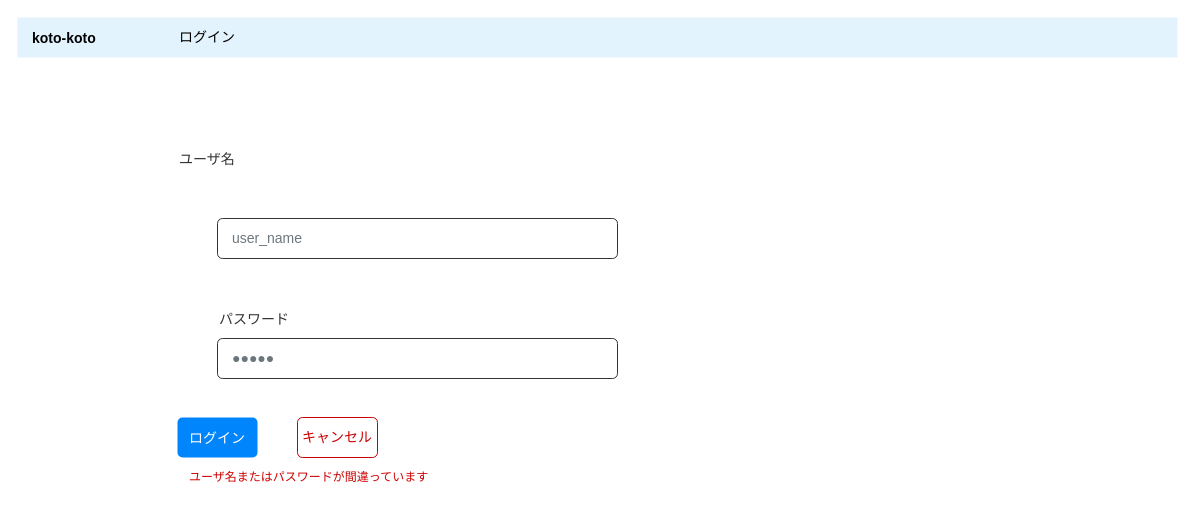
Before: page "ログイン画面" (2 of 5) of 名称未設定ファイル.drawio in omoikanelulu/Three_good_things, a draw.io diagram. Source tidied: cells renumbered, new cells numbered last; positions are measured from the earlier drawing's top-left corner, leaving out a move shared by most shapes. Both pictures are drawn from the tidied source at 100%, with x=0, y=0 at pixel (17, 17).
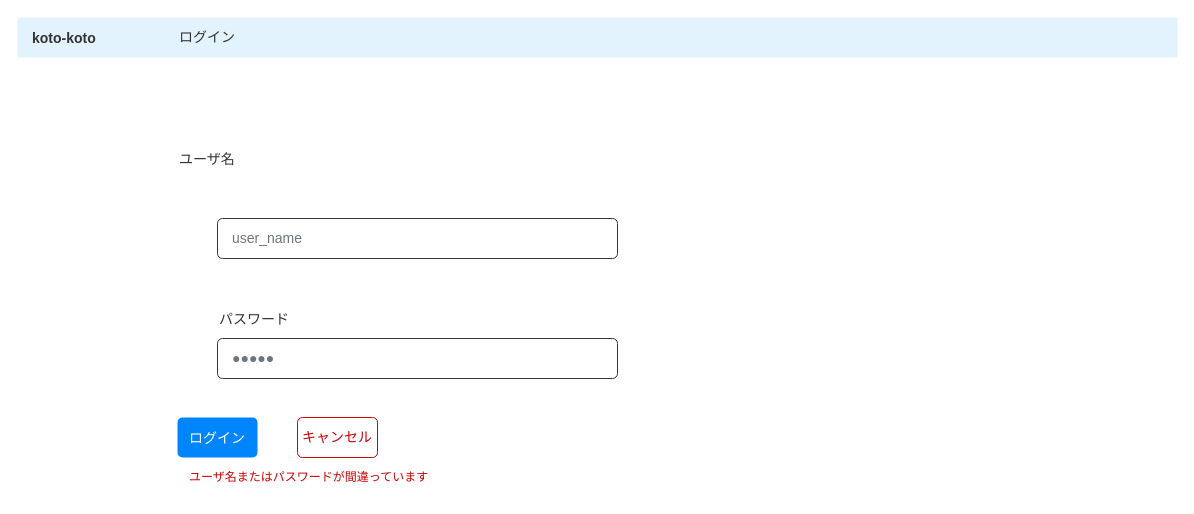
The same diagram, later.

The edit, as a diff of the source:
```diff
@@
 <mxGraphModel background="#ffffff">
   <root>
     <mxCell id="0" />
     <mxCell id="1" parent="0" />
-    <mxCell id="2" value="&lt;b style=&quot;color: rgb(0, 0, 0); font-size: 14px; text-align: center;&quot;&gt;koto-koto&lt;/b&gt;" style="html=1;shadow=0;dashed=0;fillColor=#E3F3FD;strokeColor=none;fontSize=16;fontColor=#161819;align=left;spacing=15;" parent="1" vertex="1">
+    <mxCell id="2" value="&lt;b style=&quot;font-size: 14px; text-align: center;&quot;&gt;koto-koto&lt;/b&gt;" style="html=1;shadow=0;dashed=0;fillColor=#E3F3FD;strokeColor=none;fontSize=16;fontColor=#333333;align=left;spacing=15;" parent="1" vertex="1">
       <mxGeometry width="1160" height="40" as="geometry" />
     </mxCell>
     <mxCell id="3" value="ユーザ名" style="fillColor=none;strokeColor=none;align=left;fontSize=14;fontColor=#333333;" parent="1" vertex="1">
       <mxGeometry x="160" y="121" width="120" height="40" as="geometry" />
     </mxCell>
     <mxCell id="4" value="user_name" style="html=1;shadow=0;dashed=0;shape=mxgraph.bootstrap.rrect;rSize=5;fillColor=none;strokeColor=#333333;align=left;spacing=15;fontSize=14;fontColor=#6C767D;" parent="1" vertex="1">
       <mxGeometry width="400" height="40" relative="1" as="geometry">
         <mxPoint x="200" y="201" as="offset" />
       </mxGeometry>
     </mxCell>
     <mxCell id="5" value="パスワード" style="fillColor=none;strokeColor=none;align=left;fontSize=14;fontColor=#333333;" parent="1" vertex="1">
       <mxGeometry width="120" height="40" relative="1" as="geometry">
         <mxPoint x="200" y="281" as="offset" />
       </mxGeometry>
     </mxCell>
     <mxCell id="6" value="●●●●●" style="html=1;shadow=0;dashed=0;shape=mxgraph.bootstrap.rrect;rSize=5;fillColor=none;strokeColor=#333333;align=left;spacing=15;fontSize=14;fontColor=#6C767D;" parent="1" vertex="1">
       <mxGeometry width="400" height="40" relative="1" as="geometry">
         <mxPoint x="200" y="321" as="offset" />
       </mxGeometry>
     </mxCell>
     <mxCell id="7" value="&lt;font style=&quot;font-size: 12px;&quot;&gt;ユーザ名またはパスワードが間違っています&lt;/font&gt;" style="html=1;shadow=0;dashed=0;shape=mxgraph.bootstrap.rrect;rSize=5;strokeColor=none;strokeWidth=1;fillColor=none;fontColor=#CC0000;whiteSpace=wrap;align=left;verticalAlign=middle;spacingLeft=10;fontSize=12;" parent="1" vertex="1">
       <mxGeometry x="160" y="440" width="400" height="40" as="geometry" />
     </mxCell>
-    <mxCell id="8" value="ログイン" style="html=1;shadow=0;dashed=0;fillColor=none;strokeColor=none;shape=mxgraph.bootstrap.rect;fontColor=#000000;whiteSpace=wrap;fontSize=14;align=left;" parent="1" vertex="1">
+    <mxCell id="8" value="ログイン" style="html=1;shadow=0;dashed=0;fillColor=none;strokeColor=none;shape=mxgraph.bootstrap.rect;fontColor=#333333;whiteSpace=wrap;fontSize=14;align=left;" parent="1" vertex="1">
       <mxGeometry x="160" width="120" height="40" as="geometry" />
     </mxCell>
     <mxCell id="9" value="&lt;span style=&quot;font-size: 14px;&quot;&gt;ログイン&lt;/span&gt;" style="html=1;shadow=0;dashed=0;shape=mxgraph.bootstrap.rrect;rSize=5;strokeColor=none;strokeWidth=1;fillColor=#0085FC;fontColor=#FFFFFF;whiteSpace=wrap;align=center;verticalAlign=middle;spacingLeft=0;fontStyle=0;fontSize=16;spacing=5;" parent="1" vertex="1">
       <mxGeometry x="160" y="400" width="80" height="40" as="geometry" />
     </mxCell>
     <mxCell id="10" value="キャンセル" style="html=1;shadow=0;dashed=0;shape=mxgraph.bootstrap.rrect;rSize=5;strokeColor=#CC0000;strokeWidth=1;fillColor=none;fontColor=#CC0000;whiteSpace=wrap;align=center;verticalAlign=middle;spacingLeft=0;fontStyle=0;fontSize=14;spacing=5;" parent="1" vertex="1">
       <mxGeometry x="280" y="400" width="80" height="40" as="geometry" />
     </mxCell>
   </root>
 </mxGraphModel>
```
